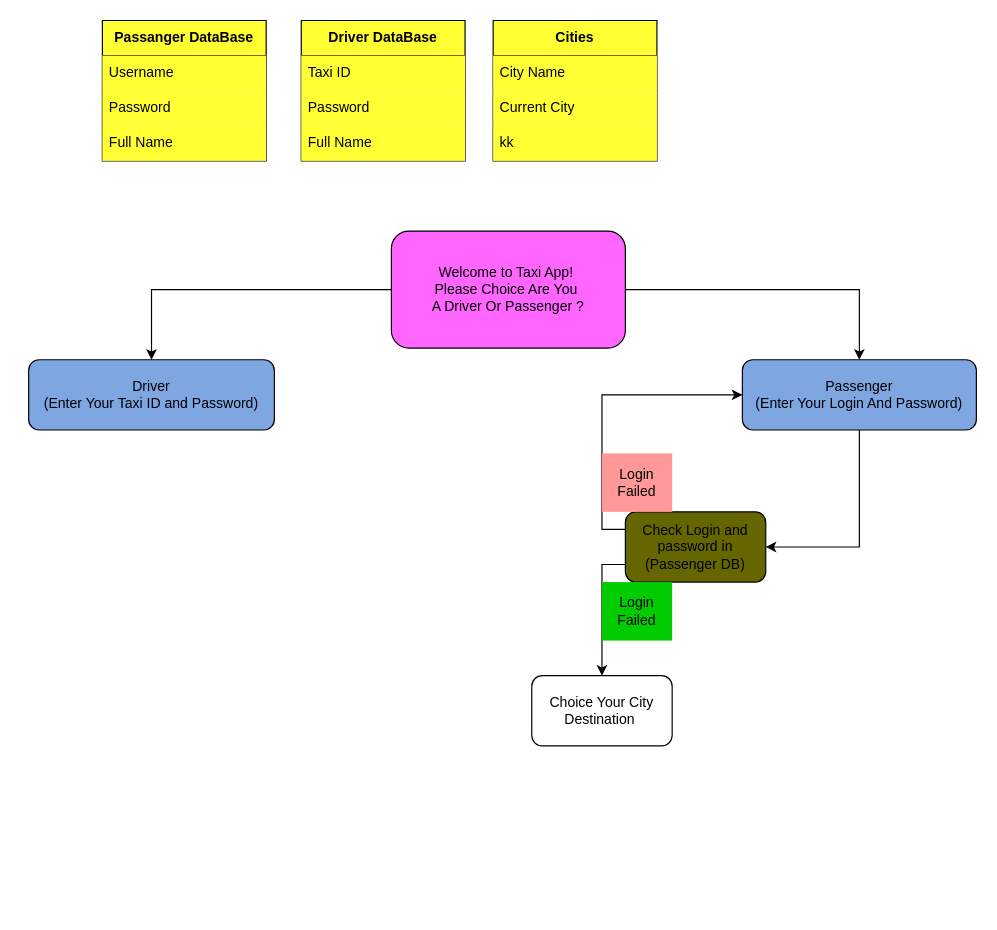
Above: hangmanFLOWCHART.drawio in AymanMoustaide/Python-Challenges (draw.io), before the change. Source tidied: cells renumbered, new cells numbered last; positions are measured from the earlier drawing's top-left corner, leaving out a move shared by most shapes. Both pictures are drawn from the tidied source at 117%, with x=0, y=0 at pixel (28, 20).
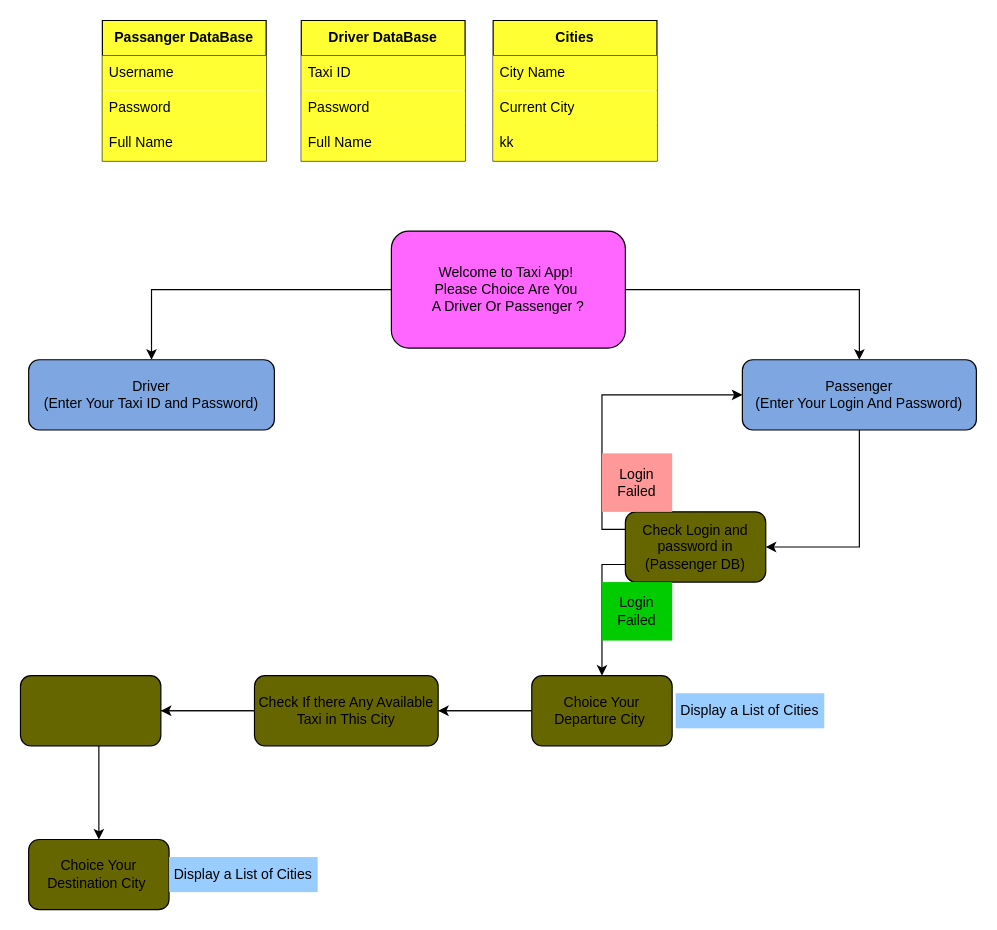
Above is the later version.

The edit, as a diff of the source:
```diff
@@
+    <mxCell id="26" style="edgeStyle=orthogonalEdgeStyle;rounded=0;jettySize=auto;html=1;" parent="1" edge="1" source="11" target="28">
+      <mxGeometry relative="1" as="geometry" />
+    </mxCell>
+    <mxCell id="27" style="edgeStyle=orthogonalEdgeStyle;rounded=0;jettySize=auto;html=1;" parent="1" edge="1" source="11" target="32">
+      <mxGeometry relative="1" as="geometry" />
+    </mxCell>
-    <mxCell id="11" value="Choice Your City Destination&amp;nbsp;" style="whiteSpace=wrap;html=1;rounded=1;" parent="1" vertex="1">
+    <mxCell id="11" value="Choice Your Departure City&amp;nbsp;" style="whiteSpace=wrap;html=1;rounded=1;fillColor=#666600;" parent="1" vertex="1">
       <mxGeometry x="430" y="560" width="120" height="60" as="geometry" />
     </mxCell>
@@
+    <mxCell id="28" value="Choice Your Destination City&amp;nbsp;" style="whiteSpace=wrap;html=1;rounded=1;fillColor=#666600;" parent="1" vertex="1">
+      <mxGeometry y="700" width="120" height="60" as="geometry" />
+    </mxCell>
+    <mxCell id="29" value="Display a List of Cities" style="text;html=1;align=center;verticalAlign=middle;whiteSpace=wrap;rounded=0;fillColor=#99CCFF;" parent="1" vertex="1">
+      <mxGeometry x="553" y="575" width="127" height="30" as="geometry" />
+    </mxCell>
+    <mxCell id="30" value="Display a List of Cities" style="text;html=1;align=center;verticalAlign=middle;whiteSpace=wrap;rounded=0;fillColor=#99CCFF;" parent="1" vertex="1">
+      <mxGeometry x="120" y="715" width="127" height="30" as="geometry" />
+    </mxCell>
+    <mxCell id="31" style="edgeStyle=orthogonalEdgeStyle;rounded=0;jettySize=auto;html=1;" parent="1" edge="1" source="32" target="33">
+      <mxGeometry relative="1" as="geometry" />
+    </mxCell>
+    <mxCell id="32" value="Check If there Any Available Taxi in This City" style="whiteSpace=wrap;html=1;fillColor=#666600;rounded=1;" parent="1" vertex="1">
+      <mxGeometry x="193" y="560" width="157" height="60" as="geometry" />
+    </mxCell>
+    <mxCell id="33" style="whiteSpace=wrap;html=1;fillColor=#666600;rounded=1;" parent="1" vertex="1">
+      <mxGeometry x="-7" y="560" width="120" height="60" as="geometry" />
+    </mxCell>
```
